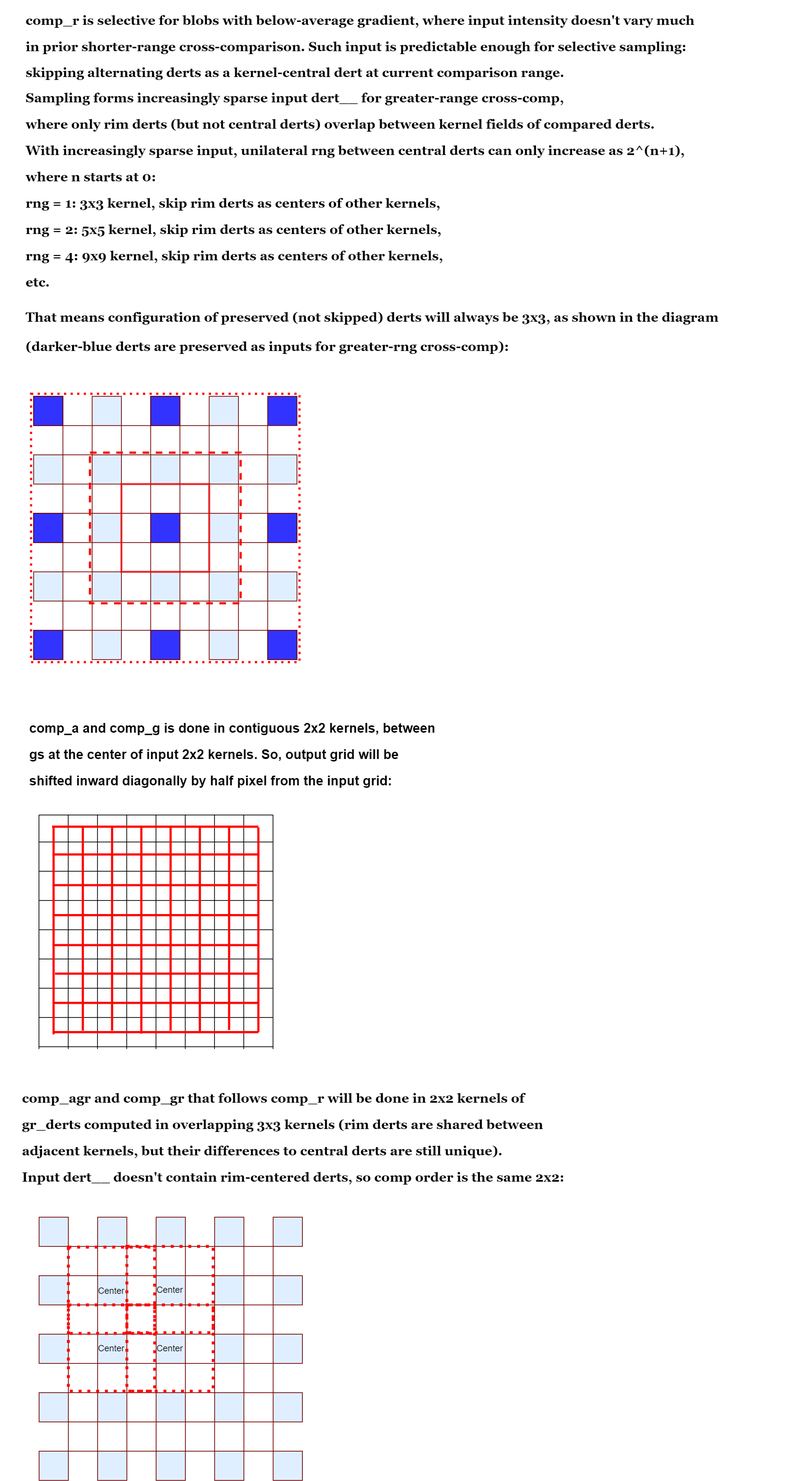
This is frame_2D_alg/Illustrations/intra_comp_diagrams.png from boris-kz/CogAlg, a draw.io export, as it was before one commit. Source tidied: cells renumbered, new cells last; positions are measured from the earlier drawing's top-left corner, leaving out a move shared by most shapes.
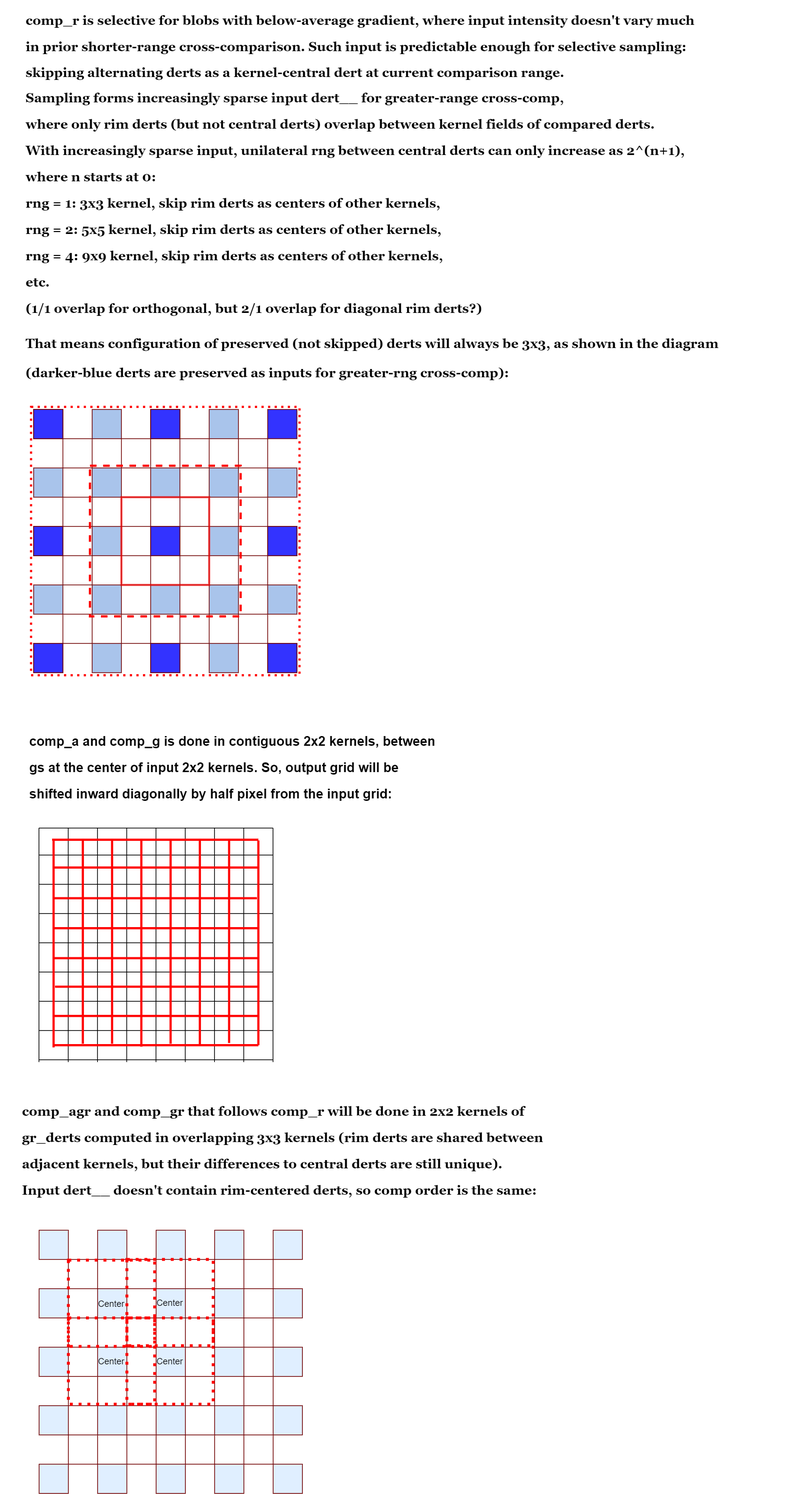
Later version of the same file.

The edit, as a diff of the source:
```diff
@@ -7,3 +7,3 @@
     </mxCell>
-    <mxCell id="3" value="&lt;p class=&quot;MsoNormal&quot; style=&quot;margin-bottom: 12pt ; line-height: 90% ; font-size: 18px&quot;&gt;&lt;font style=&quot;font-size: 18px&quot;&gt;&lt;span style=&quot;line-height: 18.4px&quot;&gt;&lt;font style=&quot;font-size: 18px&quot; face=&quot;Georgia&quot;&gt;&lt;b&gt;comp_r is selective for blobs with below-average gradient, where input intensity doesn't&lt;/b&gt;&lt;/font&gt;&lt;/span&gt;&lt;/font&gt;&lt;font&gt;&lt;span style=&quot;line-height: 18.4px&quot;&gt;&lt;font face=&quot;Georgia&quot;&gt;&lt;b&gt;&amp;nbsp;vary much&amp;nbsp;&lt;/b&gt;&lt;/font&gt;&lt;/span&gt;&lt;/font&gt;&lt;/p&gt;&lt;p class=&quot;MsoNormal&quot; style=&quot;margin-bottom: 12pt ; line-height: 90% ; font-size: 18px&quot;&gt;&lt;font&gt;&lt;span style=&quot;line-height: 18.4px&quot;&gt;&lt;font face=&quot;Georgia&quot;&gt;&lt;b&gt;in&amp;nbsp;&lt;/b&gt;&lt;/font&gt;&lt;/span&gt;&lt;b style=&quot;font-family: &amp;#34;georgia&amp;#34;&quot;&gt;prior&amp;nbsp;&lt;/b&gt;&lt;/font&gt;&lt;font&gt;&lt;b style=&quot;font-family: &amp;#34;georgia&amp;#34;&quot;&gt;shorter-range cross-comparison&lt;/b&gt;&lt;/font&gt;&lt;b style=&quot;font-family: &amp;#34;georgia&amp;#34;&quot;&gt;. Such&lt;/b&gt;&lt;b style=&quot;font-family: &amp;#34;georgia&amp;#34;&quot;&gt;&amp;nbsp;input is predictable enough for selective sampling:&amp;nbsp;&lt;/b&gt;&lt;/p&gt;&lt;p class=&quot;MsoNormal&quot; style=&quot;margin-bottom: 12pt ; line-height: 90% ; font-size: 18px&quot;&gt;&lt;b style=&quot;font-family: &amp;#34;georgia&amp;#34;&quot;&gt;skipping alternating derts&lt;/b&gt;&lt;b style=&quot;font-family: &amp;#34;georgia&amp;#34;&quot;&gt;&amp;nbsp;as a kernel-central dert&amp;nbsp;&lt;/b&gt;&lt;b style=&quot;font-family: &amp;#34;georgia&amp;#34;&quot;&gt;at current&amp;nbsp;comparison range&lt;/b&gt;&lt;b style=&quot;font-family: &amp;#34;georgia&amp;#34;&quot;&gt;.&amp;nbsp;&lt;/b&gt;&lt;/p&gt;&lt;p class=&quot;MsoNormal&quot; style=&quot;margin-bottom: 12pt ; line-height: 100% ; font-size: 18px&quot;&gt;&lt;b style=&quot;font-family: &amp;#34;georgia&amp;#34;&quot;&gt;Sampling forms increasingly sparse input dert__ for greater-range cross-comp,&amp;nbsp;&lt;/b&gt;&lt;/p&gt;&lt;p class=&quot;MsoNormal&quot; style=&quot;margin-bottom: 12pt ; line-height: 100% ; font-size: 18px&quot;&gt;&lt;b style=&quot;font-family: &amp;#34;georgia&amp;#34;&quot;&gt;where only rim derts&amp;nbsp;&lt;/b&gt;&lt;b style=&quot;font-family: &amp;#34;georgia&amp;#34;&quot;&gt;(but not central derts) overlap&amp;nbsp;&lt;/b&gt;&lt;b style=&quot;font-family: &amp;#34;georgia&amp;#34;&quot;&gt;between kernel fields of compared derts.&lt;/b&gt;&lt;/p&gt;&lt;p class=&quot;MsoNormal&quot; style=&quot;margin-bottom: 12pt ; line-height: 100% ; font-size: 18px&quot;&gt;&lt;b style=&quot;font-family: &amp;#34;georgia&amp;#34;&quot;&gt;With increasingly sparse input, unilateral rng between central derts can only increase as&lt;/b&gt;&lt;b style=&quot;font-family: &amp;#34;georgia&amp;#34;&quot;&gt;&amp;nbsp;2^(n+1),&amp;nbsp;&lt;/b&gt;&lt;/p&gt;&lt;p class=&quot;MsoNormal&quot; style=&quot;margin-bottom: 12pt ; line-height: 100% ; font-size: 18px&quot;&gt;&lt;b style=&quot;font-family: &amp;#34;georgia&amp;#34;&quot;&gt;where n starts at 0:&amp;nbsp;&lt;/b&gt;&lt;/p&gt;&lt;p class=&quot;MsoNormal&quot; style=&quot;margin-bottom: 12pt ; line-height: 100% ; font-size: 18px&quot;&gt;&lt;b style=&quot;font-family: &amp;#34;georgia&amp;#34;&quot;&gt;rng = 1: 3x3 kernel, skip rim derts as centers of other kernels,&lt;/b&gt;&lt;/p&gt;&lt;p class=&quot;MsoNormal&quot; style=&quot;margin-bottom: 12pt ; line-height: 100% ; font-size: 18px&quot;&gt;&lt;b style=&quot;font-family: &amp;#34;georgia&amp;#34;&quot;&gt;rng = 2: 5x5 kernel,&amp;nbsp;&lt;/b&gt;&lt;b style=&quot;font-family: &amp;#34;georgia&amp;#34;&quot;&gt;skip rim derts as centers of other kernels&lt;/b&gt;&lt;b style=&quot;font-family: &amp;#34;georgia&amp;#34;&quot;&gt;,&lt;/b&gt;&lt;/p&gt;&lt;p class=&quot;MsoNormal&quot; style=&quot;margin-bottom: 12pt ; line-height: 100% ; font-size: 18px&quot;&gt;&lt;b style=&quot;font-family: &amp;#34;georgia&amp;#34;&quot;&gt;rng = 4: 9x9 kernel,&amp;nbsp;&lt;/b&gt;&lt;b style=&quot;font-family: &amp;#34;georgia&amp;#34;&quot;&gt;skip rim derts as centers of other kernels&lt;/b&gt;&lt;b style=&quot;font-family: &amp;#34;georgia&amp;#34;&quot;&gt;,&amp;nbsp;&lt;/b&gt;&lt;/p&gt;&lt;p class=&quot;MsoNormal&quot; style=&quot;margin-bottom: 12pt ; line-height: 100% ; font-size: 18px&quot;&gt;&lt;b style=&quot;font-family: &amp;#34;georgia&amp;#34;&quot;&gt;etc.&lt;/b&gt;&lt;/p&gt;&lt;p class=&quot;MsoNormal&quot; style=&quot;margin-bottom: 12pt ; line-height: 1.15px ; font-size: 18px&quot;&gt;&lt;b style=&quot;font-family: &amp;#34;georgia&amp;#34;&quot;&gt;&lt;font style=&quot;font-size: 18px&quot;&gt;&lt;br&gt;&lt;/font&gt;&lt;/b&gt;&lt;/p&gt;&lt;p class=&quot;MsoNormal&quot; style=&quot;margin-bottom: 12pt ; line-height: 1.15px ; font-size: 18px&quot;&gt;&lt;b style=&quot;font-family: &amp;#34;georgia&amp;#34;&quot;&gt;That means configuration of preserved (not skipped) derts will always be 3x3,&amp;nbsp;as shown in the diagram&lt;/b&gt;&lt;br&gt;&lt;/p&gt;&lt;p class=&quot;MsoNormal&quot; style=&quot;margin-bottom: 12pt ; line-height: 1.15px ; font-size: 18px&quot;&gt;&lt;b style=&quot;font-family: &amp;#34;georgia&amp;#34;&quot;&gt;&lt;br&gt;&lt;/b&gt;&lt;/p&gt;&lt;p class=&quot;MsoNormal&quot; style=&quot;margin-bottom: 12pt ; line-height: 1.15px ; font-size: 18px&quot;&gt;&lt;b style=&quot;font-family: &amp;#34;georgia&amp;#34;&quot;&gt;&lt;font style=&quot;font-size: 18px&quot;&gt;(darker-blue derts are preserved as inputs for greater-rng cross-comp):&lt;/font&gt;&lt;/b&gt;&lt;/p&gt;&lt;p class=&quot;MsoNormal&quot; style=&quot;margin-bottom: 12pt ; line-height: 1.15px ; font-size: 18px&quot;&gt;&lt;b style=&quot;font-family: &amp;#34;georgia&amp;#34;&quot;&gt;&lt;font style=&quot;font-size: 18px&quot;&gt;&lt;br&gt;&lt;/font&gt;&lt;/b&gt;&lt;/p&gt;" style="text;html=1;strokeColor=none;fillColor=none;align=left;verticalAlign=middle;whiteSpace=wrap;rounded=0;" parent="1" vertex="1">
+    <mxCell id="3" value="&lt;p class=&quot;MsoNormal&quot; style=&quot;margin-bottom: 12pt ; line-height: 90% ; font-size: 18px&quot;&gt;&lt;font style=&quot;font-size: 18px&quot;&gt;&lt;span style=&quot;line-height: 18.4px&quot;&gt;&lt;font style=&quot;font-size: 18px&quot; face=&quot;Georgia&quot;&gt;&lt;b&gt;comp_r is selective for blobs with below-average gradient, where input intensity doesn't&lt;/b&gt;&lt;/font&gt;&lt;/span&gt;&lt;/font&gt;&lt;font&gt;&lt;span style=&quot;line-height: 18.4px&quot;&gt;&lt;font face=&quot;Georgia&quot;&gt;&lt;b&gt;&amp;nbsp;vary much&amp;nbsp;&lt;/b&gt;&lt;/font&gt;&lt;/span&gt;&lt;/font&gt;&lt;/p&gt;&lt;p class=&quot;MsoNormal&quot; style=&quot;margin-bottom: 12pt ; line-height: 90% ; font-size: 18px&quot;&gt;&lt;font&gt;&lt;span style=&quot;line-height: 18.4px&quot;&gt;&lt;font face=&quot;Georgia&quot;&gt;&lt;b&gt;in&amp;nbsp;&lt;/b&gt;&lt;/font&gt;&lt;/span&gt;&lt;b style=&quot;font-family: &amp;#34;georgia&amp;#34;&quot;&gt;prior&amp;nbsp;&lt;/b&gt;&lt;/font&gt;&lt;font&gt;&lt;b style=&quot;font-family: &amp;#34;georgia&amp;#34;&quot;&gt;shorter-range cross-comparison&lt;/b&gt;&lt;/font&gt;&lt;b style=&quot;font-family: &amp;#34;georgia&amp;#34;&quot;&gt;. Such&lt;/b&gt;&lt;b style=&quot;font-family: &amp;#34;georgia&amp;#34;&quot;&gt;&amp;nbsp;input is predictable enough for selective sampling:&amp;nbsp;&lt;/b&gt;&lt;/p&gt;&lt;p class=&quot;MsoNormal&quot; style=&quot;margin-bottom: 12pt ; line-height: 90% ; font-size: 18px&quot;&gt;&lt;b style=&quot;font-family: &amp;#34;georgia&amp;#34;&quot;&gt;skipping alternating derts&lt;/b&gt;&lt;b style=&quot;font-family: &amp;#34;georgia&amp;#34;&quot;&gt;&amp;nbsp;as a kernel-central dert&amp;nbsp;&lt;/b&gt;&lt;b style=&quot;font-family: &amp;#34;georgia&amp;#34;&quot;&gt;at current&amp;nbsp;comparison range&lt;/b&gt;&lt;b style=&quot;font-family: &amp;#34;georgia&amp;#34;&quot;&gt;.&amp;nbsp;&lt;/b&gt;&lt;/p&gt;&lt;p class=&quot;MsoNormal&quot; style=&quot;margin-bottom: 12pt ; line-height: 100% ; font-size: 18px&quot;&gt;&lt;b style=&quot;font-family: &amp;#34;georgia&amp;#34;&quot;&gt;Sampling forms increasingly sparse input dert__ for greater-range cross-comp,&amp;nbsp;&lt;/b&gt;&lt;/p&gt;&lt;p class=&quot;MsoNormal&quot; style=&quot;margin-bottom: 12pt ; line-height: 100% ; font-size: 18px&quot;&gt;&lt;b style=&quot;font-family: &amp;#34;georgia&amp;#34;&quot;&gt;where only rim derts&amp;nbsp;&lt;/b&gt;&lt;b style=&quot;font-family: &amp;#34;georgia&amp;#34;&quot;&gt;(but not central derts) overlap&amp;nbsp;&lt;/b&gt;&lt;b style=&quot;font-family: &amp;#34;georgia&amp;#34;&quot;&gt;between kernel fields of compared derts.&lt;/b&gt;&lt;/p&gt;&lt;p class=&quot;MsoNormal&quot; style=&quot;margin-bottom: 12pt ; line-height: 100% ; font-size: 18px&quot;&gt;&lt;b style=&quot;font-family: &amp;#34;georgia&amp;#34;&quot;&gt;With increasingly sparse input, unilateral rng between central derts can only increase as&lt;/b&gt;&lt;b style=&quot;font-family: &amp;#34;georgia&amp;#34;&quot;&gt;&amp;nbsp;2^(n+1),&amp;nbsp;&lt;/b&gt;&lt;/p&gt;&lt;p class=&quot;MsoNormal&quot; style=&quot;margin-bottom: 12pt ; line-height: 100% ; font-size: 18px&quot;&gt;&lt;b style=&quot;font-family: &amp;#34;georgia&amp;#34;&quot;&gt;where n starts at 0:&amp;nbsp;&lt;/b&gt;&lt;/p&gt;&lt;p class=&quot;MsoNormal&quot; style=&quot;margin-bottom: 12pt ; line-height: 100% ; font-size: 18px&quot;&gt;&lt;b style=&quot;font-family: &amp;#34;georgia&amp;#34;&quot;&gt;rng = 1: 3x3 kernel, skip rim derts as centers of other kernels,&lt;/b&gt;&lt;/p&gt;&lt;p class=&quot;MsoNormal&quot; style=&quot;margin-bottom: 12pt ; line-height: 100% ; font-size: 18px&quot;&gt;&lt;b style=&quot;font-family: &amp;#34;georgia&amp;#34;&quot;&gt;rng = 2: 5x5 kernel,&amp;nbsp;&lt;/b&gt;&lt;b style=&quot;font-family: &amp;#34;georgia&amp;#34;&quot;&gt;skip rim derts as centers of other kernels&lt;/b&gt;&lt;b style=&quot;font-family: &amp;#34;georgia&amp;#34;&quot;&gt;,&lt;/b&gt;&lt;/p&gt;&lt;p class=&quot;MsoNormal&quot; style=&quot;margin-bottom: 12pt ; line-height: 100% ; font-size: 18px&quot;&gt;&lt;b style=&quot;font-family: &amp;#34;georgia&amp;#34;&quot;&gt;rng = 4: 9x9 kernel,&amp;nbsp;&lt;/b&gt;&lt;b style=&quot;font-family: &amp;#34;georgia&amp;#34;&quot;&gt;skip rim derts as centers of other kernels&lt;/b&gt;&lt;b style=&quot;font-family: &amp;#34;georgia&amp;#34;&quot;&gt;,&amp;nbsp;&lt;/b&gt;&lt;/p&gt;&lt;p class=&quot;MsoNormal&quot; style=&quot;margin-bottom: 12pt ; line-height: 100% ; font-size: 18px&quot;&gt;&lt;b style=&quot;font-family: &amp;#34;georgia&amp;#34;&quot;&gt;etc.&amp;nbsp;&lt;/b&gt;&lt;/p&gt;&lt;p class=&quot;MsoNormal&quot; style=&quot;margin-bottom: 12pt ; line-height: 100% ; font-size: 18px&quot;&gt;&lt;b style=&quot;font-family: &amp;#34;georgia&amp;#34;&quot;&gt;(1/1 overlap for orthogonal, but 2/1 overlap for diagonal rim derts?)&lt;/b&gt;&lt;/p&gt;&lt;p class=&quot;MsoNormal&quot; style=&quot;margin-bottom: 12pt ; line-height: 1.15px ; font-size: 18px&quot;&gt;&lt;b style=&quot;font-family: &amp;#34;georgia&amp;#34;&quot;&gt;&lt;font style=&quot;font-size: 18px&quot;&gt;&lt;br&gt;&lt;/font&gt;&lt;/b&gt;&lt;/p&gt;&lt;p class=&quot;MsoNormal&quot; style=&quot;margin-bottom: 12pt ; line-height: 1.15px ; font-size: 18px&quot;&gt;&lt;b style=&quot;font-family: &amp;#34;georgia&amp;#34;&quot;&gt;That means configuration of preserved (not skipped) derts will always be 3x3,&amp;nbsp;as shown in the diagram&lt;/b&gt;&lt;br&gt;&lt;/p&gt;&lt;p class=&quot;MsoNormal&quot; style=&quot;margin-bottom: 12pt ; line-height: 1.15px ; font-size: 18px&quot;&gt;&lt;b style=&quot;font-family: &amp;#34;georgia&amp;#34;&quot;&gt;&lt;br&gt;&lt;/b&gt;&lt;/p&gt;&lt;p class=&quot;MsoNormal&quot; style=&quot;margin-bottom: 12pt ; line-height: 1.15px ; font-size: 18px&quot;&gt;&lt;b style=&quot;font-family: &amp;#34;georgia&amp;#34;&quot;&gt;&lt;font style=&quot;font-size: 18px&quot;&gt;(darker-blue derts are preserved as inputs for greater-rng cross-comp):&lt;/font&gt;&lt;/b&gt;&lt;/p&gt;&lt;p class=&quot;MsoNormal&quot; style=&quot;margin-bottom: 12pt ; line-height: 1.15px ; font-size: 18px&quot;&gt;&lt;b style=&quot;font-family: &amp;#34;georgia&amp;#34;&quot;&gt;&lt;font style=&quot;font-size: 18px&quot;&gt;&lt;br&gt;&lt;/font&gt;&lt;/b&gt;&lt;/p&gt;" style="text;html=1;strokeColor=none;fillColor=none;align=left;verticalAlign=middle;whiteSpace=wrap;rounded=0;" parent="1" vertex="1">
       <mxGeometry x="32.8" width="1068" height="285" as="geometry" />
@@ -13,3 +13,3 @@
     </mxCell>
-    <mxCell id="5" style="whiteSpace=wrap;html=1;strokeColor=#6F0000;fillColor=#E0EFFF;fontColor=#ffffff;" parent="1" vertex="1">
+    <mxCell id="5" style="whiteSpace=wrap;html=1;strokeColor=#6F0000;fillColor=#A9C4EB;fontColor=#ffffff;" parent="1" vertex="1">
       <mxGeometry x="125.5" y="429.5" width="40" height="40" as="geometry" />
@@ -19,3 +19,3 @@
     </mxCell>
-    <mxCell id="7" style="whiteSpace=wrap;html=1;strokeColor=#6F0000;fillColor=#E0EFFF;fontColor=#ffffff;" parent="1" vertex="1">
+    <mxCell id="7" style="whiteSpace=wrap;html=1;strokeColor=#6F0000;fillColor=#A9C4EB;fontColor=#ffffff;" parent="1" vertex="1">
       <mxGeometry x="285.5" y="429.5" width="40" height="40" as="geometry" />
@@ -37,15 +37,15 @@
     </mxCell>
-    <mxCell id="13" style="whiteSpace=wrap;html=1;strokeColor=#6F0000;fillColor=#E0EFFF;fontColor=#ffffff;" parent="1" vertex="1">
+    <mxCell id="13" style="whiteSpace=wrap;html=1;strokeColor=#6F0000;fillColor=#A9C4EB;fontColor=#ffffff;" parent="1" vertex="1">
       <mxGeometry x="45.5" y="509.5" width="40" height="40" as="geometry" />
     </mxCell>
-    <mxCell id="14" style="whiteSpace=wrap;html=1;strokeColor=#6F0000;fillColor=#E0EFFF;fontColor=#ffffff;" parent="1" vertex="1">
+    <mxCell id="14" style="whiteSpace=wrap;html=1;strokeColor=#6F0000;fillColor=#A9C4EB;fontColor=#ffffff;" parent="1" vertex="1">
       <mxGeometry x="125.5" y="509.5" width="40" height="40" as="geometry" />
     </mxCell>
-    <mxCell id="15" style="whiteSpace=wrap;html=1;strokeColor=#6F0000;fillColor=#E0EFFF;fontColor=#ffffff;" parent="1" vertex="1">
+    <mxCell id="15" style="whiteSpace=wrap;html=1;strokeColor=#6F0000;fillColor=#A9C4EB;fontColor=#ffffff;" parent="1" vertex="1">
       <mxGeometry x="205.5" y="509.5" width="40" height="40" as="geometry" />
     </mxCell>
-    <mxCell id="16" style="whiteSpace=wrap;html=1;strokeColor=#6F0000;fillColor=#E0EFFF;fontColor=#ffffff;" parent="1" vertex="1">
+    <mxCell id="16" style="whiteSpace=wrap;html=1;strokeColor=#6F0000;fillColor=#A9C4EB;fontColor=#ffffff;" parent="1" vertex="1">
       <mxGeometry x="285.5" y="509.5" width="40" height="40" as="geometry" />
     </mxCell>
-    <mxCell id="17" style="whiteSpace=wrap;html=1;strokeColor=#6F0000;fillColor=#E0EFFF;fontColor=#ffffff;" parent="1" vertex="1">
+    <mxCell id="17" style="whiteSpace=wrap;html=1;strokeColor=#6F0000;fillColor=#A9C4EB;fontColor=#ffffff;" parent="1" vertex="1">
       <mxGeometry x="365.5" y="509.5" width="40" height="40" as="geometry" />
@@ -67,3 +67,3 @@
     </mxCell>
-    <mxCell id="23" style="whiteSpace=wrap;html=1;strokeColor=#6F0000;fillColor=#E0EFFF;fontColor=#ffffff;" parent="1" vertex="1">
+    <mxCell id="23" style="whiteSpace=wrap;html=1;strokeColor=#6F0000;fillColor=#A9C4EB;fontColor=#ffffff;" parent="1" vertex="1">
       <mxGeometry x="125.5" y="589.5" width="40" height="40" as="geometry" />
@@ -73,3 +73,3 @@
     </mxCell>
-    <mxCell id="25" style="whiteSpace=wrap;html=1;strokeColor=#6F0000;fillColor=#E0EFFF;fontColor=#ffffff;" parent="1" vertex="1">
+    <mxCell id="25" style="whiteSpace=wrap;html=1;strokeColor=#6F0000;fillColor=#A9C4EB;fontColor=#ffffff;" parent="1" vertex="1">
       <mxGeometry x="285.5" y="589.5" width="40" height="40" as="geometry" />
@@ -91,15 +91,15 @@
     </mxCell>
-    <mxCell id="31" style="whiteSpace=wrap;html=1;strokeColor=#6F0000;fillColor=#E0EFFF;fontColor=#ffffff;" parent="1" vertex="1">
+    <mxCell id="31" style="whiteSpace=wrap;html=1;strokeColor=#6F0000;fillColor=#A9C4EB;fontColor=#ffffff;" parent="1" vertex="1">
       <mxGeometry x="45.5" y="669.5" width="40" height="40" as="geometry" />
     </mxCell>
-    <mxCell id="32" style="whiteSpace=wrap;html=1;strokeColor=#6F0000;fillColor=#E0EFFF;fontColor=#ffffff;" parent="1" vertex="1">
+    <mxCell id="32" style="whiteSpace=wrap;html=1;strokeColor=#6F0000;fillColor=#A9C4EB;fontColor=#ffffff;" parent="1" vertex="1">
       <mxGeometry x="125.5" y="669.5" width="40" height="40" as="geometry" />
     </mxCell>
-    <mxCell id="33" style="whiteSpace=wrap;html=1;strokeColor=#6F0000;fillColor=#E0EFFF;fontColor=#ffffff;" parent="1" vertex="1">
+    <mxCell id="33" style="whiteSpace=wrap;html=1;strokeColor=#6F0000;fillColor=#A9C4EB;fontColor=#ffffff;" parent="1" vertex="1">
       <mxGeometry x="205.5" y="669.5" width="40" height="40" as="geometry" />
     </mxCell>
-    <mxCell id="34" style="whiteSpace=wrap;html=1;strokeColor=#6F0000;fillColor=#E0EFFF;fontColor=#ffffff;" parent="1" vertex="1">
+    <mxCell id="34" style="whiteSpace=wrap;html=1;strokeColor=#6F0000;fillColor=#A9C4EB;fontColor=#ffffff;" parent="1" vertex="1">
       <mxGeometry x="285.5" y="669.5" width="40" height="40" as="geometry" />
     </mxCell>
-    <mxCell id="35" style="whiteSpace=wrap;html=1;strokeColor=#6F0000;fillColor=#E0EFFF;fontColor=#ffffff;" parent="1" vertex="1">
+    <mxCell id="35" style="whiteSpace=wrap;html=1;strokeColor=#6F0000;fillColor=#A9C4EB;fontColor=#ffffff;" parent="1" vertex="1">
       <mxGeometry x="365.5" y="669.5" width="40" height="40" as="geometry" />
@@ -121,3 +121,3 @@
     </mxCell>
-    <mxCell id="41" style="whiteSpace=wrap;html=1;strokeColor=#6F0000;fillColor=#E0EFFF;fontColor=#ffffff;" parent="1" vertex="1">
+    <mxCell id="41" style="whiteSpace=wrap;html=1;strokeColor=#6F0000;fillColor=#A9C4EB;fontColor=#ffffff;" parent="1" vertex="1">
       <mxGeometry x="125.5" y="749.5" width="40" height="40" as="geometry" />
@@ -127,3 +127,3 @@
     </mxCell>
-    <mxCell id="43" style="whiteSpace=wrap;html=1;strokeColor=#6F0000;fillColor=#E0EFFF;fontColor=#ffffff;" parent="1" vertex="1">
+    <mxCell id="43" style="whiteSpace=wrap;html=1;strokeColor=#6F0000;fillColor=#A9C4EB;fontColor=#ffffff;" parent="1" vertex="1">
       <mxGeometry x="285.5" y="749.5" width="40" height="40" as="geometry" />
@@ -388,4 +388,4 @@
     </mxCell>
-    <mxCell id="93" value="&lt;b style=&quot;font-size: 18px&quot;&gt;&lt;font face=&quot;Georgia&quot; style=&quot;line-height: 200% ; font-size: 18px&quot;&gt;comp_agr and comp_gr that follows comp_r will be done in&amp;nbsp;&lt;/font&gt;&lt;/b&gt;&lt;b style=&quot;font-size: 18px&quot;&gt;&lt;font face=&quot;Georgia&quot; style=&quot;line-height: 36px&quot;&gt;2x2 kernels of&amp;nbsp;&lt;br&gt;&lt;/font&gt;&lt;/b&gt;&lt;b style=&quot;font-size: 18px&quot;&gt;&lt;font face=&quot;Georgia&quot; style=&quot;line-height: 200% ; font-size: 18px&quot;&gt;gr_derts computed in overlapping 3x3 kernels (rim derts are shared between &lt;br&gt;adjacent kernels, but their differences to central derts are still unique).&lt;br&gt;Input dert__ doesn't contain rim-centered derts, so comp order is the same 2x2:&amp;nbsp;&lt;br&gt;&lt;/font&gt;&lt;/b&gt;" style="text;html=1;align=left;verticalAlign=middle;" parent="1" vertex="1">
-      <mxGeometry x="28" y="1369" width="756" height="148" as="geometry" />
+    <mxCell id="93" value="&lt;b style=&quot;font-size: 18px&quot;&gt;&lt;font face=&quot;Georgia&quot; style=&quot;line-height: 200% ; font-size: 18px&quot;&gt;comp_agr and comp_gr that follows comp_r will be done in&amp;nbsp;&lt;/font&gt;&lt;/b&gt;&lt;b style=&quot;font-size: 18px&quot;&gt;&lt;font face=&quot;Georgia&quot; style=&quot;line-height: 36px&quot;&gt;2x2 kernels of&amp;nbsp;&lt;br&gt;&lt;/font&gt;&lt;/b&gt;&lt;b style=&quot;font-size: 18px&quot;&gt;&lt;font face=&quot;Georgia&quot; style=&quot;line-height: 200% ; font-size: 18px&quot;&gt;gr_derts computed in overlapping 3x3 kernels (rim derts are shared between &lt;br&gt;adjacent kernels, but their differences to central derts are still unique).&lt;br&gt;Input dert__ doesn't contain rim-centered derts, so comp order is the same:&amp;nbsp;&lt;br&gt;&lt;/font&gt;&lt;/b&gt;" style="text;html=1;align=left;verticalAlign=middle;" parent="1" vertex="1">
+      <mxGeometry x="28" y="1369" width="723" height="148" as="geometry" />
     </mxCell>
```
